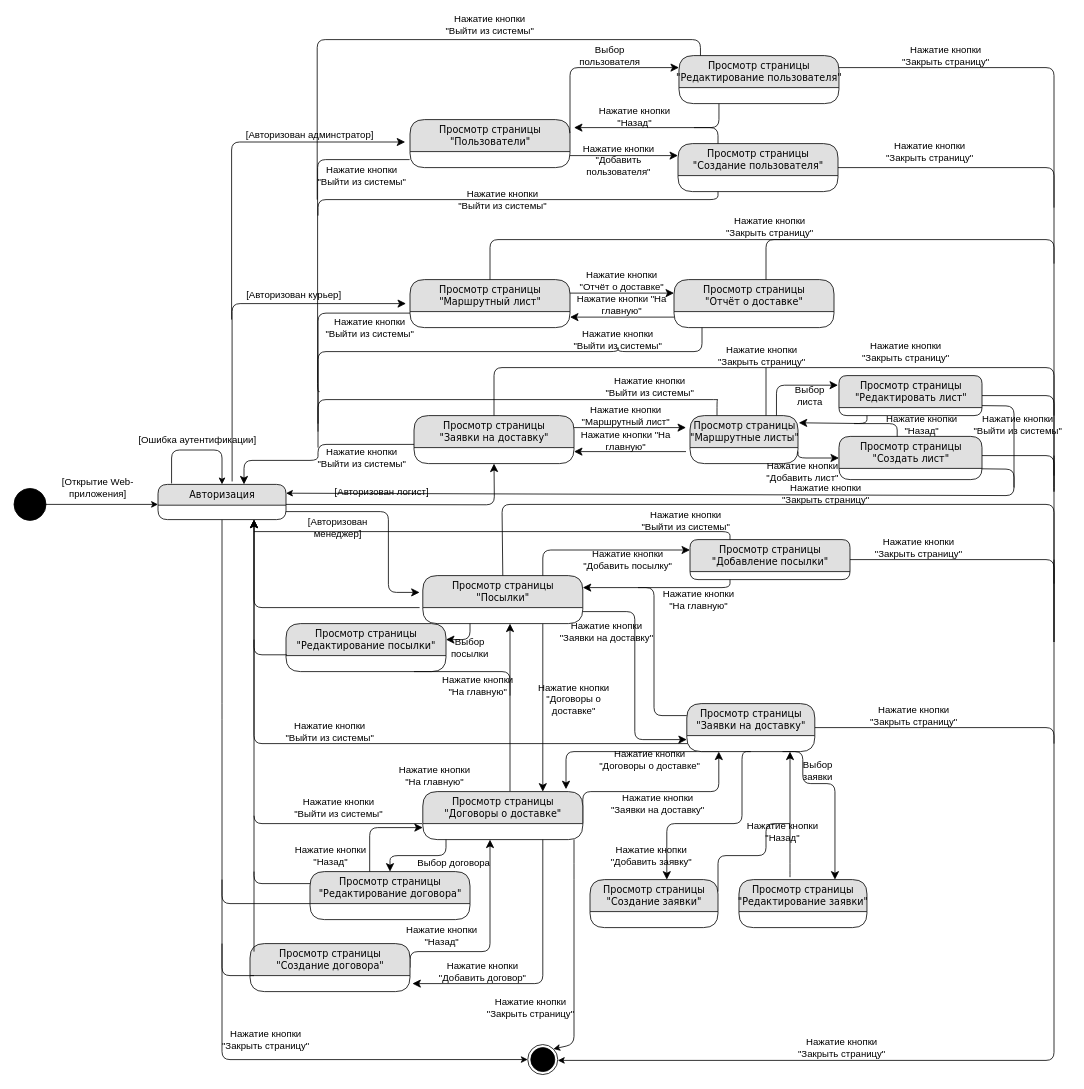
Earlier version of the draw.io diagram page "Page-1" (1 of 2) of Курсач/Draw io/Контекстная диаграмма автоматов..drawio (JolyBin/-Study). Source tidied: cells renumbered, new cells numbered last; positions are measured from the earlier drawing's top-left corner, leaving out a move shared by most shapes. Both pictures are drawn from the tidied source at 80%, with x=0, y=0 at pixel (14, 17).
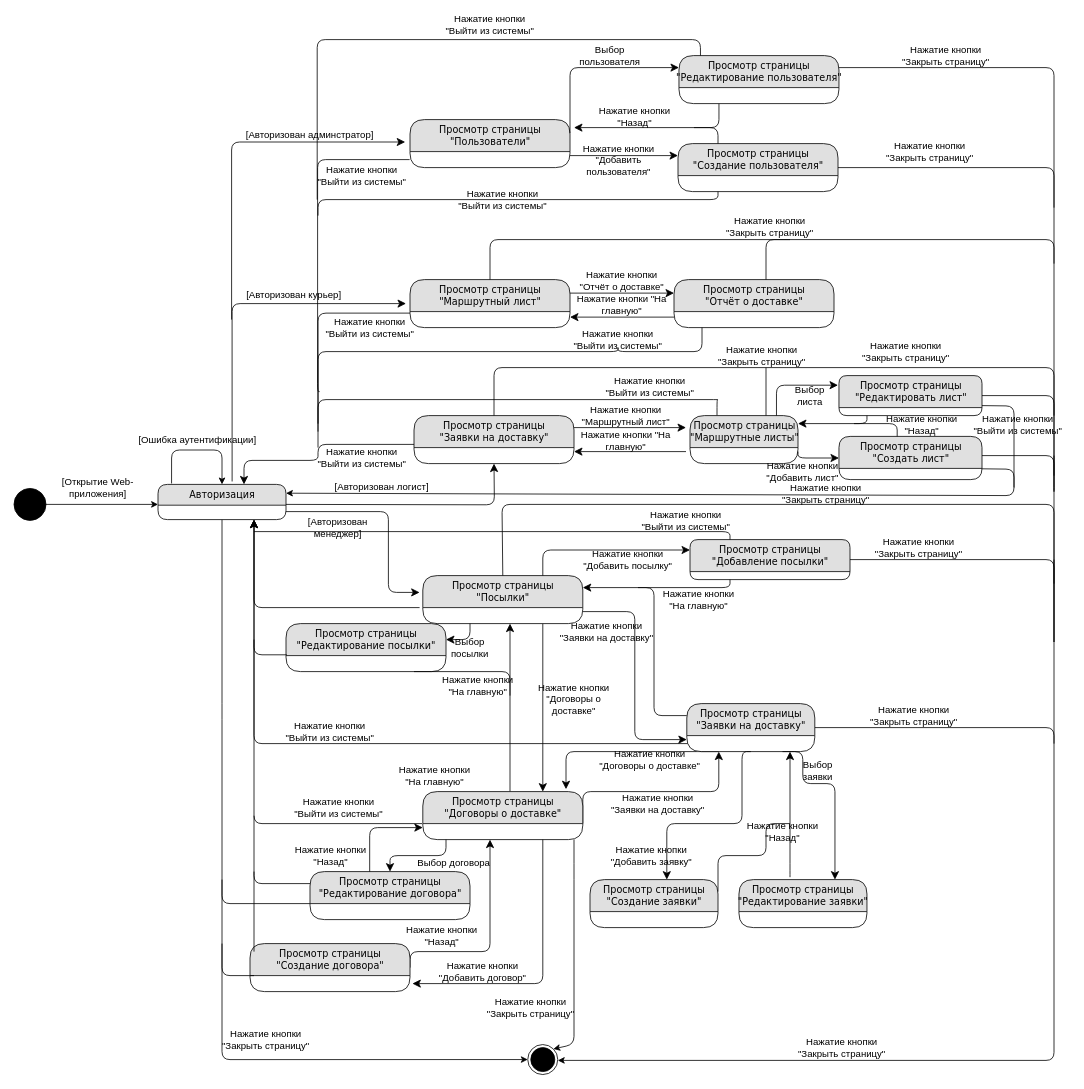
Above is the later version.

Commit message (it also covers changes not shown here):
Немного поправил диаграммы и добавил диаграмму автоматов

The change refers to these unchanged cells:
```xml
<mxCell id="114" value="Просмотр страницы&lt;br&gt;&quot;Маршрутные листы&quot;" style="swimlane;html=1;fontStyle=0;horizontal=1;startSize=40;fillColor=#e0e0e0;swimlaneFillColor=#ffffff;align=center;rounded=1;shadow=0;comic=0;labelBackgroundColor=none;strokeWidth=1;fontFamily=Verdana;fontSize=12;" parent="1" vertex="1">
  <mxGeometry x="845" y="498" width="135" height="60" as="geometry" />
</mxCell>
```

What changed in the source:
```diff
@@
     <mxCell id="35" value="[Авторизован логист]" style="text;html=1;strokeColor=none;fillColor=none;align=center;verticalAlign=middle;whiteSpace=wrap;rounded=0;" parent="1" vertex="1">
-      <mxGeometry x="350" y="584" width="220" height="20" as="geometry" />
+      <mxGeometry x="350" y="578" width="220" height="20" as="geometry" />
     </mxCell>
@@
-    <mxCell id="120" style="edgeStyle=orthogonalEdgeStyle;html=1;labelBackgroundColor=none;startFill=0;startSize=8;endFill=1;endSize=8;fontFamily=Verdana;fontSize=12;entryX=1.007;entryY=0.15;entryDx=0;entryDy=0;entryPerimeter=0;" parent="1" edge="1" target="114">
+    <mxCell id="120" style="edgeStyle=orthogonalEdgeStyle;html=1;labelBackgroundColor=none;startFill=0;startSize=8;endFill=1;endSize=8;fontFamily=Verdana;fontSize=12;" parent="1" edge="1">
       <mxGeometry relative="1" as="geometry">
         <mxPoint x="1066.2" y="498" as="sourcePoint" />
+        <mxPoint x="980" y="508" as="targetPoint" />
         <Array as="points">
           <mxPoint x="1066" y="508" />
+          <mxPoint x="980" y="508" />
         </Array>
       </mxGeometry>
     </mxCell>
```
